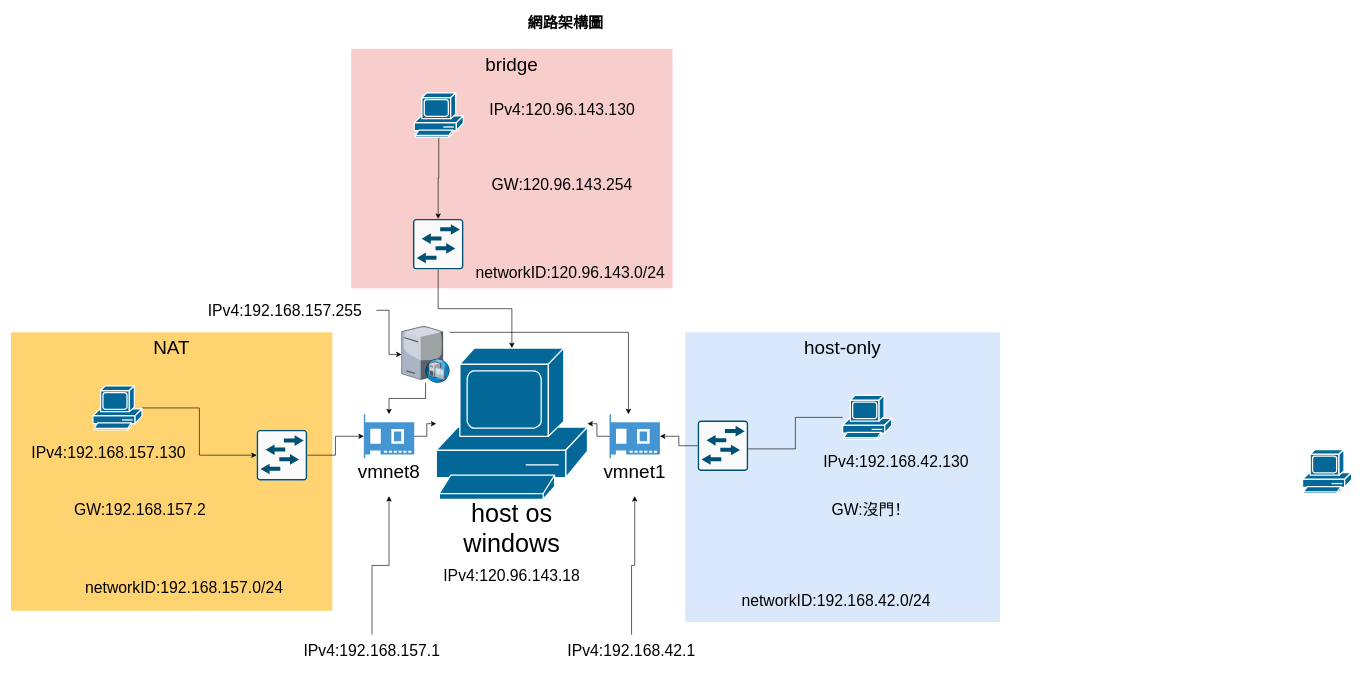
Above: mynetwork.drawio in nsaid39/network (draw.io), before the change. Source tidied: cells renumbered, new cells numbered last; positions are measured from the earlier drawing's top-left corner, leaving out a move shared by most shapes. Both pictures are drawn from the tidied source at 63%, with x=0, y=0 at pixel (11, 11).
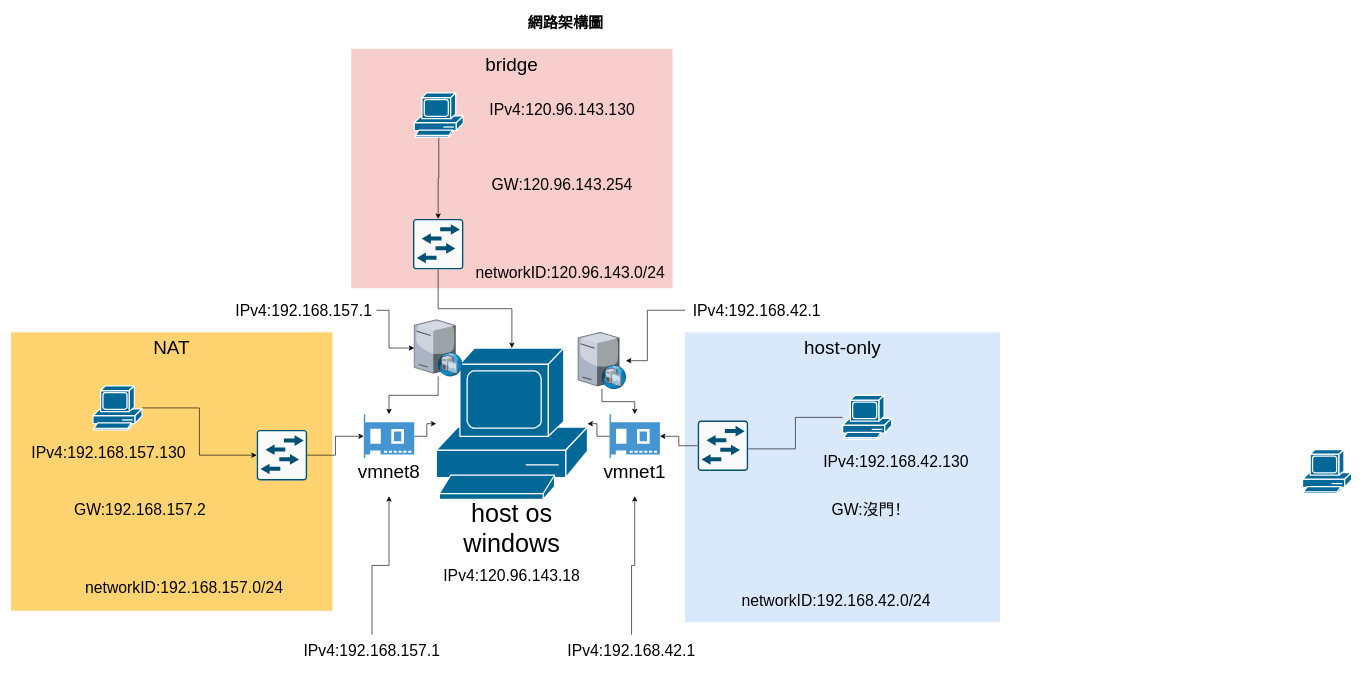
After the change.

The change refers to these unchanged cells:
```xml
<mxCell id="30" style="shadow=0;dashed=0;html=1;strokeColor=none;fillColor=#4495D1;labelPosition=center;verticalLabelPosition=bottom;verticalAlign=top;align=center;outlineConnect=0;shape=mxgraph.veeam.2d.network_card;" parent="28" vertex="1">
  <mxGeometry x="20" width="80" height="70" as="geometry" />
</mxCell>
```

Diff of the diagram source:
```diff
@@
-    <mxCell id="26" style="edgeStyle=orthogonalEdgeStyle;rounded=0;jettySize=auto;html=1;" parent="1" edge="1" source="27" target="30">
-      <mxGeometry relative="1" as="geometry">
-        <Array as="points">
-          <mxPoint x="980" y="510" />
-        </Array>
-      </mxGeometry>
-    </mxCell>
     <mxCell id="27" style="verticalLabelPosition=bottom;html=1;verticalAlign=top;strokeColor=none;align=center;outlineConnect=0;shape=mxgraph.citrix.dhcp_server;" parent="1" vertex="1">
-      <mxGeometry x="620" y="500" width="76" height="90" as="geometry" />
+      <mxGeometry x="640" y="490" width="76" height="90" as="geometry" />
     </mxCell>
@@
     <mxCell id="47" style="edgeStyle=orthogonalEdgeStyle;rounded=0;jettySize=auto;html=1;" parent="1" edge="1" source="48" target="27">
-      <mxGeometry relative="1" as="geometry" />
+      <mxGeometry relative="1" as="geometry">
+        <Array as="points">
+          <mxPoint x="600" y="475" />
+          <mxPoint x="600" y="535" />
+        </Array>
+      </mxGeometry>
     </mxCell>
-    <mxCell id="48" value="&lt;font style=&quot;font-size: 25px&quot;&gt;IPv4:192.168.157.255&lt;br&gt;&lt;/font&gt;" style="text;html=1;strokeColor=none;fillColor=none;align=center;verticalAlign=middle;whiteSpace=wrap;rounded=0;" parent="1" vertex="1">
-      <mxGeometry x="290" y="450" width="290" height="50" as="geometry" />
+    <mxCell id="48" value="&lt;font style=&quot;font-size: 25px&quot;&gt;IPv4:192.168.157.1&lt;br&gt;&lt;/font&gt;" style="text;html=1;strokeColor=none;fillColor=none;align=center;verticalAlign=middle;whiteSpace=wrap;rounded=0;" parent="1" vertex="1">
+      <mxGeometry x="350" y="450" width="230" height="50" as="geometry" />
     </mxCell>
+    <mxCell id="49" style="edgeStyle=orthogonalEdgeStyle;rounded=0;jettySize=auto;html=1;" parent="1" edge="1" source="50" target="52">
+      <mxGeometry relative="1" as="geometry">
+        <Array as="points">
+          <mxPoint x="1010" y="475" />
+          <mxPoint x="1010" y="555" />
+        </Array>
+      </mxGeometry>
+    </mxCell>
+    <mxCell id="50" value="&lt;font style=&quot;font-size: 25px&quot;&gt;IPv4:192.168.42.1&lt;br&gt;&lt;/font&gt;" style="text;html=1;strokeColor=none;fillColor=none;align=center;verticalAlign=middle;whiteSpace=wrap;rounded=0;" parent="1" vertex="1">
+      <mxGeometry x="1070" y="450" width="228" height="50" as="geometry" />
+    </mxCell>
+    <mxCell id="51" style="edgeStyle=orthogonalEdgeStyle;rounded=0;jettySize=auto;html=1;" parent="1" edge="1" source="52" target="30">
+      <mxGeometry relative="1" as="geometry" />
+    </mxCell>
+    <mxCell id="52" style="verticalLabelPosition=bottom;html=1;verticalAlign=top;strokeColor=none;align=center;outlineConnect=0;shape=mxgraph.citrix.dhcp_server;" parent="1" vertex="1">
+      <mxGeometry x="900" y="510" width="76" height="90" as="geometry" />
+    </mxCell>
```
